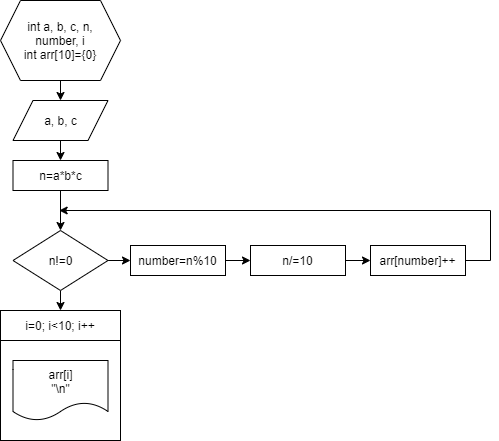
This is Koala_Project_심화 알고리즘 1-1/05번 2577. 숫자의 개수.png from rosewhite36/Baekjoon, a draw.io export, as it was before one commit. Source tidied: cells renumbered, new cells last; positions are measured from the earlier drawing's top-left corner, leaving out a move shared by most shapes. The source it was exported from:
```xml
<mxGraphModel>
  <root>
    <mxCell id="0" />
    <mxCell id="1" parent="0" />
    <mxCell id="2" style="edgeStyle=orthogonalEdgeStyle;rounded=0;jettySize=auto;html=1;exitX=0.5;exitY=1;exitDx=0;exitDy=0;entryX=0.5;entryY=0;entryDx=0;entryDy=0;" parent="1" edge="1" source="3" target="5">
      <mxGeometry relative="1" as="geometry" />
    </mxCell>
    <mxCell id="3" value="int a, b, c, n,&lt;br&gt;number, i&lt;br&gt;int arr[10]={0}" style="shape=hexagon;perimeter=hexagonPerimeter2;whiteSpace=wrap;html=1;fixedSize=1;" parent="1" vertex="1">
      <mxGeometry width="120" height="80" as="geometry" />
    </mxCell>
    <mxCell id="4" style="edgeStyle=orthogonalEdgeStyle;rounded=0;jettySize=auto;html=1;exitX=0.5;exitY=1;exitDx=0;exitDy=0;entryX=0.5;entryY=0;entryDx=0;entryDy=0;" parent="1" edge="1" source="5" target="7">
      <mxGeometry relative="1" as="geometry" />
    </mxCell>
    <mxCell id="5" value="a, b, c" style="shape=parallelogram;perimeter=parallelogramPerimeter;whiteSpace=wrap;html=1;fixedSize=1;" parent="1" vertex="1">
      <mxGeometry x="12.5" y="100" width="95" height="40" as="geometry" />
    </mxCell>
    <mxCell id="6" style="edgeStyle=orthogonalEdgeStyle;rounded=0;jettySize=auto;html=1;exitX=0.5;exitY=1;exitDx=0;exitDy=0;entryX=0.5;entryY=0;entryDx=0;entryDy=0;" parent="1" edge="1" source="7" target="10">
      <mxGeometry relative="1" as="geometry" />
    </mxCell>
    <mxCell id="7" value="n=a*b*c" style="rounded=0;whiteSpace=wrap;html=1;" parent="1" vertex="1">
      <mxGeometry x="12.5" y="160" width="95" height="30" as="geometry" />
    </mxCell>
    <mxCell id="8" style="edgeStyle=orthogonalEdgeStyle;rounded=0;jettySize=auto;html=1;exitX=1;exitY=0.5;exitDx=0;exitDy=0;entryX=0;entryY=0.5;entryDx=0;entryDy=0;" parent="1" edge="1" source="10" target="12">
      <mxGeometry relative="1" as="geometry" />
    </mxCell>
    <mxCell id="9" style="edgeStyle=orthogonalEdgeStyle;rounded=0;jettySize=auto;html=1;exitX=0.5;exitY=1;exitDx=0;exitDy=0;entryX=0.5;entryY=0;entryDx=0;entryDy=0;" parent="1" edge="1" source="10" target="19">
      <mxGeometry relative="1" as="geometry" />
    </mxCell>
    <mxCell id="10" value="n!=0" style="rhombus;whiteSpace=wrap;html=1;" parent="1" vertex="1">
      <mxGeometry x="12.5" y="230" width="95" height="60" as="geometry" />
    </mxCell>
    <mxCell id="11" style="edgeStyle=orthogonalEdgeStyle;rounded=0;jettySize=auto;html=1;exitX=1;exitY=0.5;exitDx=0;exitDy=0;" parent="1" edge="1" source="12" target="14">
      <mxGeometry relative="1" as="geometry" />
    </mxCell>
    <mxCell id="12" value="number=n%10" style="rounded=0;whiteSpace=wrap;html=1;" parent="1" vertex="1">
      <mxGeometry x="130" y="245" width="95" height="30" as="geometry" />
    </mxCell>
    <mxCell id="13" style="edgeStyle=orthogonalEdgeStyle;rounded=0;jettySize=auto;html=1;exitX=1;exitY=0.5;exitDx=0;exitDy=0;" parent="1" edge="1" source="14" target="15">
      <mxGeometry relative="1" as="geometry" />
    </mxCell>
    <mxCell id="14" value="n/=10" style="rounded=0;whiteSpace=wrap;html=1;" parent="1" vertex="1">
      <mxGeometry x="250" y="245" width="95" height="30" as="geometry" />
    </mxCell>
    <mxCell id="15" value="arr[number]++" style="rounded=0;whiteSpace=wrap;html=1;" parent="1" vertex="1">
      <mxGeometry x="370" y="245" width="95" height="30" as="geometry" />
    </mxCell>
    <mxCell id="16" style="endArrow=none;html=1;exitX=1;exitY=0.5;exitDx=0;exitDy=0;" parent="1" edge="1">
      <mxGeometry relative="1" as="geometry">
        <mxPoint x="477.5" y="260" as="sourcePoint" />
        <mxPoint x="490" y="260" as="targetPoint" />
        <Array as="points">
          <mxPoint x="460" y="260" />
        </Array>
      </mxGeometry>
    </mxCell>
    <mxCell id="17" style="endArrow=none;html=1;" parent="1" edge="1">
      <mxGeometry relative="1" as="geometry">
        <mxPoint x="490" y="260" as="sourcePoint" />
        <mxPoint x="490" y="210" as="targetPoint" />
      </mxGeometry>
    </mxCell>
    <mxCell id="18" style="endArrow=classic;html=1;" parent="1" edge="1">
      <mxGeometry relative="1" as="geometry">
        <mxPoint x="490" y="210" as="sourcePoint" />
        <mxPoint x="58.7" y="210" as="targetPoint" />
      </mxGeometry>
    </mxCell>
    <mxCell id="19" value="i=0; i&amp;lt;10; i++" style="rounded=0;whiteSpace=wrap;html=1;" parent="1" vertex="1">
      <mxGeometry y="310" width="120" height="30" as="geometry" />
    </mxCell>
    <mxCell id="20" style="rounded=0;whiteSpace=wrap;html=1;" parent="1" vertex="1">
      <mxGeometry y="340" width="120" height="100" as="geometry" />
    </mxCell>
    <mxCell id="21" value="arr[i]&lt;br&gt;&quot;\n&quot;" style="shape=document;whiteSpace=wrap;html=1;boundedLbl=1;" parent="1" vertex="1">
      <mxGeometry x="12.5" y="360" width="95" height="60" as="geometry" />
    </mxCell>
  </root>
</mxGraphModel>
```
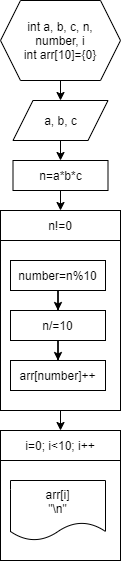
Later version of the same file.

Change to the diagram source:
```diff
@@ -2,6 +2,12 @@
   <root>
     <mxCell id="0" />
     <mxCell id="1" parent="0" />
+    <mxCell id="22" style="edgeStyle=orthogonalEdgeStyle;rounded=0;jettySize=auto;html=1;exitX=0.5;exitY=1;exitDx=0;exitDy=0;entryX=0.5;entryY=0;entryDx=0;entryDy=0;" parent="1" edge="1" source="23" target="19">
+      <mxGeometry relative="1" as="geometry" />
+    </mxCell>
+    <mxCell id="23" style="rounded=0;whiteSpace=wrap;html=1;" parent="1" vertex="1">
+      <mxGeometry y="240" width="120" height="170" as="geometry" />
+    </mxCell>
     <mxCell id="2" style="edgeStyle=orthogonalEdgeStyle;rounded=0;jettySize=auto;html=1;exitX=0.5;exitY=1;exitDx=0;exitDy=0;entryX=0.5;entryY=0;entryDx=0;entryDy=0;" parent="1" edge="1" source="3" target="5">
       <mxGeometry relative="1" as="geometry" />
     </mxCell>
@@ -20,59 +26,32 @@
     <mxCell id="7" value="n=a*b*c" style="rounded=0;whiteSpace=wrap;html=1;" parent="1" vertex="1">
       <mxGeometry x="12.5" y="160" width="95" height="30" as="geometry" />
     </mxCell>
-    <mxCell id="8" style="edgeStyle=orthogonalEdgeStyle;rounded=0;jettySize=auto;html=1;exitX=1;exitY=0.5;exitDx=0;exitDy=0;entryX=0;entryY=0.5;entryDx=0;entryDy=0;" parent="1" edge="1" source="10" target="12">
-      <mxGeometry relative="1" as="geometry" />
-    </mxCell>
-    <mxCell id="9" style="edgeStyle=orthogonalEdgeStyle;rounded=0;jettySize=auto;html=1;exitX=0.5;exitY=1;exitDx=0;exitDy=0;entryX=0.5;entryY=0;entryDx=0;entryDy=0;" parent="1" edge="1" source="10" target="19">
-      <mxGeometry relative="1" as="geometry" />
-    </mxCell>
-    <mxCell id="10" value="n!=0" style="rhombus;whiteSpace=wrap;html=1;" parent="1" vertex="1">
-      <mxGeometry x="12.5" y="230" width="95" height="60" as="geometry" />
-    </mxCell>
-    <mxCell id="11" style="edgeStyle=orthogonalEdgeStyle;rounded=0;jettySize=auto;html=1;exitX=1;exitY=0.5;exitDx=0;exitDy=0;" parent="1" edge="1" source="12" target="14">
+    <mxCell id="11" style="edgeStyle=orthogonalEdgeStyle;rounded=0;jettySize=auto;html=1;exitX=0.5;exitY=1;exitDx=0;exitDy=0;" parent="1" edge="1" source="12" target="14">
       <mxGeometry relative="1" as="geometry" />
     </mxCell>
     <mxCell id="12" value="number=n%10" style="rounded=0;whiteSpace=wrap;html=1;" parent="1" vertex="1">
-      <mxGeometry x="130" y="245" width="95" height="30" as="geometry" />
+      <mxGeometry x="10" y="260" width="95" height="30" as="geometry" />
     </mxCell>
-    <mxCell id="13" style="edgeStyle=orthogonalEdgeStyle;rounded=0;jettySize=auto;html=1;exitX=1;exitY=0.5;exitDx=0;exitDy=0;" parent="1" edge="1" source="14" target="15">
+    <mxCell id="13" style="edgeStyle=orthogonalEdgeStyle;rounded=0;jettySize=auto;html=1;exitX=0.5;exitY=1;exitDx=0;exitDy=0;" parent="1" edge="1" source="14" target="15">
       <mxGeometry relative="1" as="geometry" />
     </mxCell>
     <mxCell id="14" value="n/=10" style="rounded=0;whiteSpace=wrap;html=1;" parent="1" vertex="1">
-      <mxGeometry x="250" y="245" width="95" height="30" as="geometry" />
+      <mxGeometry x="10" y="310" width="95" height="30" as="geometry" />
     </mxCell>
     <mxCell id="15" value="arr[number]++" style="rounded=0;whiteSpace=wrap;html=1;" parent="1" vertex="1">
-      <mxGeometry x="370" y="245" width="95" height="30" as="geometry" />
+      <mxGeometry x="10" y="360" width="95" height="30" as="geometry" />
     </mxCell>
-    <mxCell id="16" style="endArrow=none;html=1;exitX=1;exitY=0.5;exitDx=0;exitDy=0;" parent="1" edge="1">
-      <mxGeometry relative="1" as="geometry">
-        <mxPoint x="477.5" y="260" as="sourcePoint" />
-        <mxPoint x="490" y="260" as="targetPoint" />
-        <Array as="points">
-          <mxPoint x="460" y="260" />
-        </Array>
-      </mxGeometry>
-    </mxCell>
-    <mxCell id="17" style="endArrow=none;html=1;" parent="1" edge="1">
-      <mxGeometry relative="1" as="geometry">
-        <mxPoint x="490" y="260" as="sourcePoint" />
-        <mxPoint x="490" y="210" as="targetPoint" />
-      </mxGeometry>
-    </mxCell>
-    <mxCell id="18" style="endArrow=classic;html=1;" parent="1" edge="1">
-      <mxGeometry relative="1" as="geometry">
-        <mxPoint x="490" y="210" as="sourcePoint" />
-        <mxPoint x="58.7" y="210" as="targetPoint" />
-      </mxGeometry>
-    </mxCell>
     <mxCell id="19" value="i=0; i&amp;lt;10; i++" style="rounded=0;whiteSpace=wrap;html=1;" parent="1" vertex="1">
-      <mxGeometry y="310" width="120" height="30" as="geometry" />
+      <mxGeometry y="430" width="120" height="30" as="geometry" />
     </mxCell>
     <mxCell id="20" style="rounded=0;whiteSpace=wrap;html=1;" parent="1" vertex="1">
-      <mxGeometry y="340" width="120" height="100" as="geometry" />
+      <mxGeometry y="460" width="120" height="100" as="geometry" />
     </mxCell>
     <mxCell id="21" value="arr[i]&lt;br&gt;&quot;\n&quot;" style="shape=document;whiteSpace=wrap;html=1;boundedLbl=1;" parent="1" vertex="1">
-      <mxGeometry x="12.5" y="360" width="95" height="60" as="geometry" />
+      <mxGeometry x="10" y="480" width="95" height="60" as="geometry" />
     </mxCell>
+    <mxCell id="10" value="n!=0" style="rounded=0;whiteSpace=wrap;html=1;" parent="1" vertex="1">
+      <mxGeometry y="210" width="120" height="30" as="geometry" />
+    </mxCell>
   </root>
 </mxGraphModel>
```
